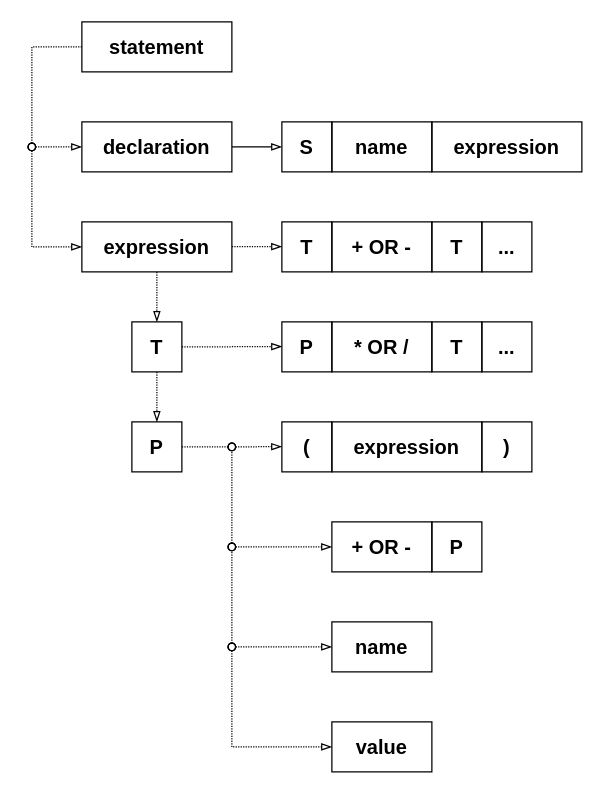
This is projects/examples/source/12.03.01.drawio from i-s-m-mipt/Education, a draw.io file, before an edit. Source tidied: cells renumbered, new cells numbered last; positions are measured from the earlier drawing's top-left corner, leaving out a move shared by most shapes. Both pictures are drawn from the tidied source at 125%, with x=0, y=0 at pixel (31, 21).
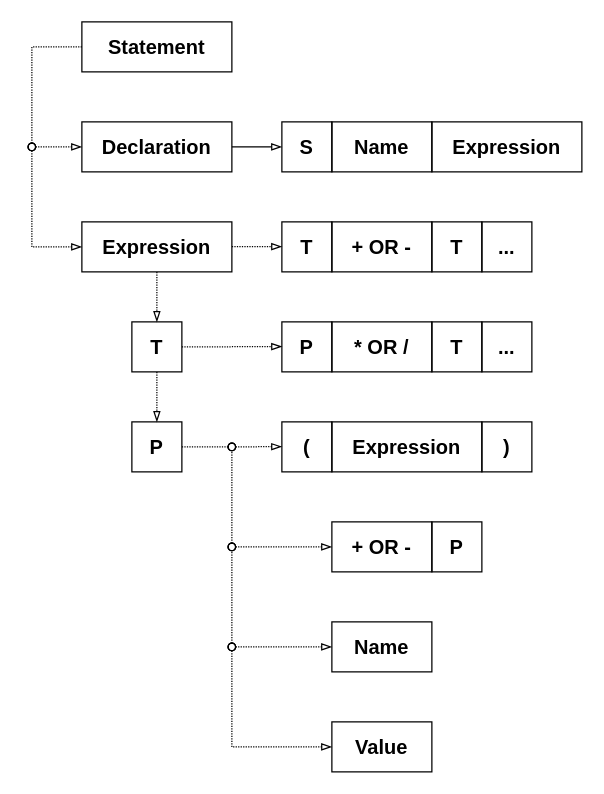
Above is the later version.

Change to the diagram source:
```diff
@@
-    <mxCell id="2" value="&lt;font size=&quot;1&quot;&gt;&lt;b style=&quot;font-size: 16px;&quot;&gt;declaration&lt;/b&gt;&lt;/font&gt;" style="text;html=1;align=center;verticalAlign=middle;whiteSpace=wrap;rounded=0;strokeColor=default;fontFamily=Helvetica;" parent="1" vertex="1">
+    <mxCell id="2" value="&lt;font size=&quot;1&quot;&gt;&lt;b style=&quot;font-size: 16px;&quot;&gt;Declaration&lt;/b&gt;&lt;/font&gt;" style="text;html=1;align=center;verticalAlign=middle;whiteSpace=wrap;rounded=0;strokeColor=default;fontFamily=Helvetica;" parent="1" vertex="1">
       <mxGeometry x="40" y="80" width="120" height="40" as="geometry" />
     </mxCell>
-    <mxCell id="3" value="&lt;font size=&quot;1&quot;&gt;&lt;b style=&quot;font-size: 16px;&quot;&gt;expression&lt;/b&gt;&lt;/font&gt;" style="text;html=1;align=center;verticalAlign=middle;whiteSpace=wrap;rounded=0;strokeColor=default;fontFamily=Helvetica;" parent="1" vertex="1">
+    <mxCell id="3" value="&lt;font size=&quot;1&quot;&gt;&lt;b style=&quot;font-size: 16px;&quot;&gt;Expression&lt;/b&gt;&lt;/font&gt;" style="text;html=1;align=center;verticalAlign=middle;whiteSpace=wrap;rounded=0;strokeColor=default;fontFamily=Helvetica;" parent="1" vertex="1">
       <mxGeometry x="40" y="160" width="120" height="40" as="geometry" />
     </mxCell>
@@
-    <mxCell id="5" value="&lt;font size=&quot;1&quot;&gt;&lt;b style=&quot;font-size: 16px;&quot;&gt;name&lt;/b&gt;&lt;/font&gt;" style="text;html=1;align=center;verticalAlign=middle;whiteSpace=wrap;rounded=0;strokeColor=default;fontFamily=Helvetica;" parent="1" vertex="1">
+    <mxCell id="5" value="&lt;font size=&quot;1&quot;&gt;&lt;b style=&quot;font-size: 16px;&quot;&gt;Name&lt;/b&gt;&lt;/font&gt;" style="text;html=1;align=center;verticalAlign=middle;whiteSpace=wrap;rounded=0;strokeColor=default;fontFamily=Helvetica;" parent="1" vertex="1">
       <mxGeometry x="240" y="80" width="80" height="40" as="geometry" />
     </mxCell>
-    <mxCell id="6" value="&lt;font size=&quot;1&quot;&gt;&lt;b style=&quot;font-size: 16px;&quot;&gt;expression&lt;/b&gt;&lt;/font&gt;" style="text;html=1;align=center;verticalAlign=middle;whiteSpace=wrap;rounded=0;strokeColor=default;fontFamily=Helvetica;" parent="1" vertex="1">
+    <mxCell id="6" value="&lt;font size=&quot;1&quot;&gt;&lt;b style=&quot;font-size: 16px;&quot;&gt;Expression&lt;/b&gt;&lt;/font&gt;" style="text;html=1;align=center;verticalAlign=middle;whiteSpace=wrap;rounded=0;strokeColor=default;fontFamily=Helvetica;" parent="1" vertex="1">
       <mxGeometry x="320" y="80" width="120" height="40" as="geometry" />
     </mxCell>
@@
-    <mxCell id="18" value="&lt;font size=&quot;1&quot;&gt;&lt;b style=&quot;font-size: 16px;&quot;&gt;expression&lt;/b&gt;&lt;/font&gt;" style="text;html=1;align=center;verticalAlign=middle;whiteSpace=wrap;rounded=0;strokeColor=default;fontFamily=Helvetica;" parent="1" vertex="1">
+    <mxCell id="18" value="&lt;font size=&quot;1&quot;&gt;&lt;b style=&quot;font-size: 16px;&quot;&gt;Expression&lt;/b&gt;&lt;/font&gt;" style="text;html=1;align=center;verticalAlign=middle;whiteSpace=wrap;rounded=0;strokeColor=default;fontFamily=Helvetica;" parent="1" vertex="1">
       <mxGeometry x="240" y="320" width="120" height="40" as="geometry" />
     </mxCell>
@@
-    <mxCell id="22" value="&lt;font size=&quot;1&quot;&gt;&lt;b style=&quot;font-size: 16px;&quot;&gt;name&lt;/b&gt;&lt;/font&gt;" style="text;html=1;align=center;verticalAlign=middle;whiteSpace=wrap;rounded=0;strokeColor=default;fontFamily=Helvetica;" parent="1" vertex="1">
+    <mxCell id="22" value="&lt;font size=&quot;1&quot;&gt;&lt;b style=&quot;font-size: 16px;&quot;&gt;Name&lt;/b&gt;&lt;/font&gt;" style="text;html=1;align=center;verticalAlign=middle;whiteSpace=wrap;rounded=0;strokeColor=default;fontFamily=Helvetica;" parent="1" vertex="1">
       <mxGeometry x="240" y="480" width="80" height="40" as="geometry" />
     </mxCell>
-    <mxCell id="23" value="&lt;font size=&quot;1&quot;&gt;&lt;b style=&quot;font-size: 16px;&quot;&gt;value&lt;/b&gt;&lt;/font&gt;" style="text;html=1;align=center;verticalAlign=middle;whiteSpace=wrap;rounded=0;strokeColor=default;fontFamily=Helvetica;" parent="1" vertex="1">
+    <mxCell id="23" value="&lt;font size=&quot;1&quot;&gt;&lt;b style=&quot;font-size: 16px;&quot;&gt;Value&lt;/b&gt;&lt;/font&gt;" style="text;html=1;align=center;verticalAlign=middle;whiteSpace=wrap;rounded=0;strokeColor=default;fontFamily=Helvetica;" parent="1" vertex="1">
       <mxGeometry x="240" y="560" width="80" height="40" as="geometry" />
     </mxCell>
@@
-    <mxCell id="35" value="&lt;font size=&quot;1&quot;&gt;&lt;b style=&quot;font-size: 16px;&quot;&gt;statement&lt;/b&gt;&lt;/font&gt;" style="text;html=1;align=center;verticalAlign=middle;whiteSpace=wrap;rounded=0;strokeColor=default;fontFamily=Helvetica;" parent="1" vertex="1">
+    <mxCell id="35" value="&lt;font size=&quot;1&quot;&gt;&lt;b style=&quot;font-size: 16px;&quot;&gt;Statement&lt;/b&gt;&lt;/font&gt;" style="text;html=1;align=center;verticalAlign=middle;whiteSpace=wrap;rounded=0;strokeColor=default;fontFamily=Helvetica;" parent="1" vertex="1">
       <mxGeometry x="40" width="120" height="40" as="geometry" />
     </mxCell>
```
